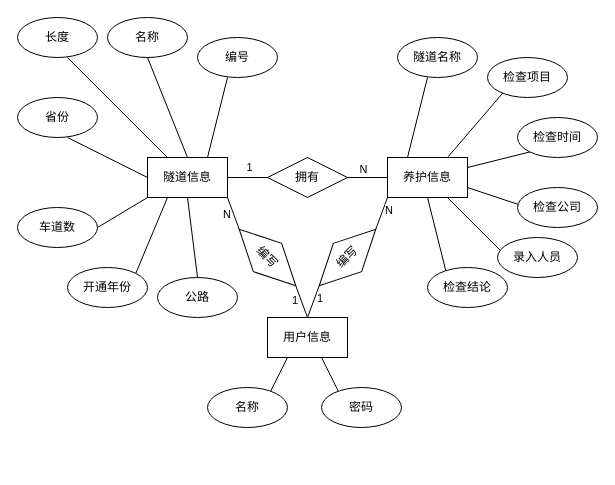
84DuLu/drawio keeps this draw.io diagram as E-R图.drawio. Above is the earlier version. Source tidied: cells renumbered, new cells numbered last; positions are measured from the earlier drawing's top-left corner, leaving out a move shared by most shapes. Both pictures are drawn from the tidied source at 100%, with x=0, y=0 at pixel (17, 17).
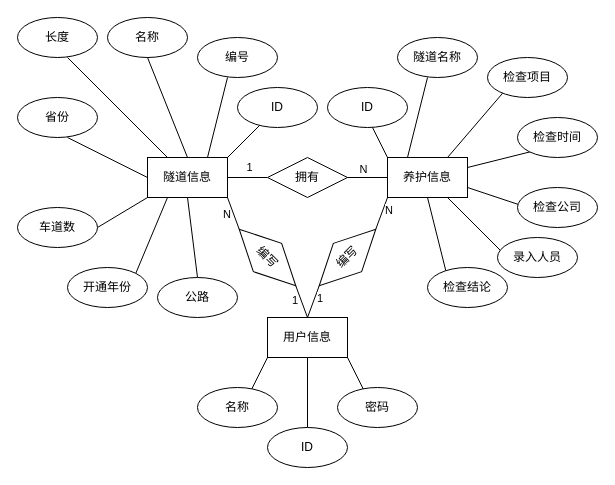
The same page after the edit.

Unchanged cells that the change refers to:
```xml
<mxCell id="3" value="隧道信息" style="rounded=0;whiteSpace=wrap;html=1;" parent="1" vertex="1">
  <mxGeometry x="130" y="140" width="80" height="40" as="geometry" />
</mxCell>
<mxCell id="4" value="养护信息" style="rounded=0;whiteSpace=wrap;html=1;" parent="1" vertex="1">
  <mxGeometry x="370" y="140" width="80" height="40" as="geometry" />
</mxCell>
<mxCell id="23" value="用户信息" style="rounded=0;whiteSpace=wrap;html=1;" parent="1" vertex="1">
  <mxGeometry x="250" y="300" width="80" height="40" as="geometry" />
</mxCell>
```

Change to the diagram source:
```diff
@@
-    <mxCell id="34" style="endArrow=none;html=1;rounded=0;entryX=0.25;entryY=1;entryDx=0;entryDy=0;" parent="1" edge="1" target="23">
+    <mxCell id="34" style="endArrow=none;html=1;rounded=0;entryX=0.25;entryY=1;entryDx=0;entryDy=0;" parent="1" edge="1">
       <mxGeometry relative="1" as="geometry">
-        <mxPoint x="250" y="380" as="sourcePoint" />
+        <mxPoint x="230" y="380" as="sourcePoint" />
+        <mxPoint x="250" y="340" as="targetPoint" />
       </mxGeometry>
     </mxCell>
     <mxCell id="35" value="名称" style="ellipse;whiteSpace=wrap;html=1;" parent="1" vertex="1">
-      <mxGeometry x="190" y="370" width="80" height="40" as="geometry" />
+      <mxGeometry x="180" y="370" width="80" height="40" as="geometry" />
     </mxCell>
     <mxCell id="36" style="endArrow=none;html=1;rounded=0;entryX=0.25;entryY=1;entryDx=0;entryDy=0;" parent="1" edge="1">
       <mxGeometry relative="1" as="geometry">
-        <mxPoint x="324" y="380" as="sourcePoint" />
-        <mxPoint x="304" y="340" as="targetPoint" />
+        <mxPoint x="350" y="380" as="sourcePoint" />
+        <mxPoint x="330" y="340" as="targetPoint" />
       </mxGeometry>
     </mxCell>
     <mxCell id="37" value="密码" style="ellipse;whiteSpace=wrap;html=1;" parent="1" vertex="1">
-      <mxGeometry x="304" y="370" width="80" height="40" as="geometry" />
+      <mxGeometry x="320" y="370" width="80" height="40" as="geometry" />
     </mxCell>
@@
+    <mxCell id="50" style="endArrow=none;html=1;rounded=0;exitX=1;exitY=0;exitDx=0;exitDy=0;" parent="1" edge="1" source="3">
+      <mxGeometry relative="1" as="geometry">
+        <mxPoint x="250" y="100" as="targetPoint" />
+      </mxGeometry>
+    </mxCell>
+    <mxCell id="51" value="ID" style="ellipse;whiteSpace=wrap;html=1;" parent="1" vertex="1">
+      <mxGeometry x="220" y="70" width="80" height="40" as="geometry" />
+    </mxCell>
+    <mxCell id="52" style="endArrow=none;html=1;rounded=0;exitX=0;exitY=0;exitDx=0;exitDy=0;" parent="1" edge="1" source="4">
+      <mxGeometry relative="1" as="geometry">
+        <mxPoint x="350" y="100" as="targetPoint" />
+      </mxGeometry>
+    </mxCell>
+    <mxCell id="53" value="ID" style="ellipse;whiteSpace=wrap;html=1;" parent="1" vertex="1">
+      <mxGeometry x="310" y="70" width="80" height="40" as="geometry" />
+    </mxCell>
+    <mxCell id="54" style="endArrow=none;html=1;rounded=0;" parent="1" edge="1">
+      <mxGeometry relative="1" as="geometry">
+        <mxPoint x="290" y="410" as="sourcePoint" />
+        <mxPoint x="290" y="340" as="targetPoint" />
+      </mxGeometry>
+    </mxCell>
+    <mxCell id="55" value="ID" style="ellipse;whiteSpace=wrap;html=1;" parent="1" vertex="1">
+      <mxGeometry x="250" y="410" width="80" height="40" as="geometry" />
+    </mxCell>
```
